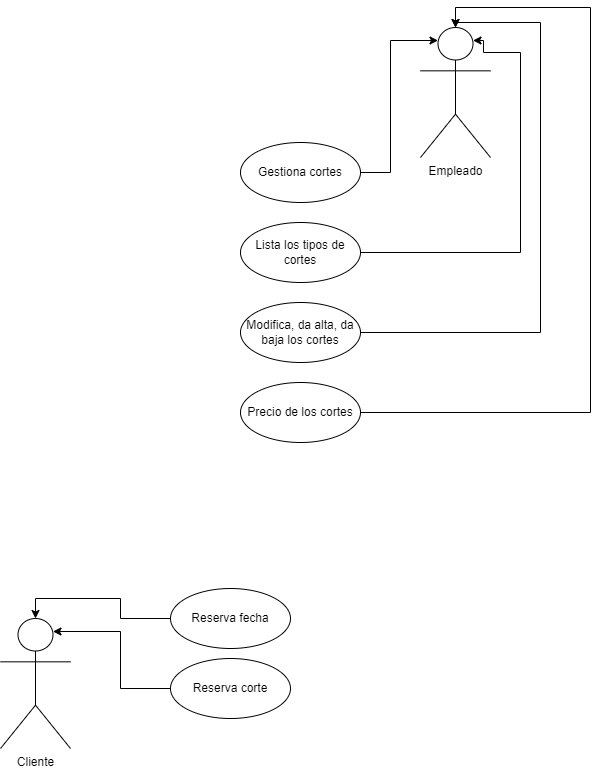
Earlier version of the draw.io export doc/casos_uso/DrawIO/Casos-Uso.png (Jorgeev27/Servicio-Peluqueria). Source tidied: cells renumbered, new cells last; positions are measured from the earlier drawing's top-left corner, leaving out a move shared by most shapes.
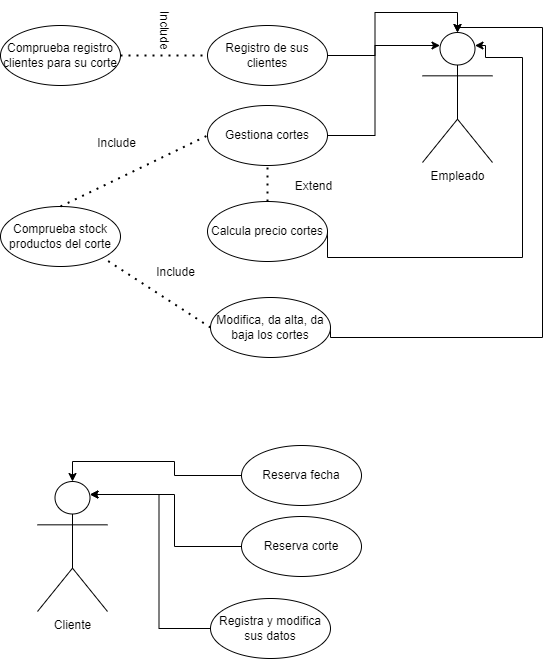
Above is the later version.

What changed in the source:
```diff
@@ -3,7 +3,7 @@
     <mxCell id="0" />
     <mxCell id="1" parent="0" />
     <mxCell id="2" value="Cliente" style="shape=umlActor;verticalLabelPosition=bottom;verticalAlign=top;html=1;outlineConnect=0;" parent="1" vertex="1">
-      <mxGeometry y="611" width="70" height="130" as="geometry" />
+      <mxGeometry x="35" y="469" width="70" height="130" as="geometry" />
     </mxCell>
     <mxCell id="3" value="Empleado" style="shape=umlActor;verticalLabelPosition=bottom;verticalAlign=top;html=1;outlineConnect=0;" parent="1" vertex="1">
       <mxGeometry x="420" y="20" width="70" height="130" as="geometry" />
@@ -12,19 +12,19 @@
       <mxGeometry relative="1" as="geometry" />
     </mxCell>
     <mxCell id="5" value="Reserva fecha" style="ellipse;whiteSpace=wrap;html=1;" parent="1" vertex="1">
-      <mxGeometry x="170" y="581" width="120" height="60" as="geometry" />
+      <mxGeometry x="239" y="433" width="120" height="60" as="geometry" />
     </mxCell>
     <mxCell id="6" style="edgeStyle=orthogonalEdgeStyle;rounded=0;jettySize=auto;html=1;exitX=0;exitY=0.5;exitDx=0;exitDy=0;entryX=0.75;entryY=0.1;entryDx=0;entryDy=0;entryPerimeter=0;" parent="1" edge="1" source="7" target="2">
       <mxGeometry relative="1" as="geometry" />
     </mxCell>
     <mxCell id="7" value="Reserva corte" style="ellipse;whiteSpace=wrap;html=1;" parent="1" vertex="1">
-      <mxGeometry x="170" y="651" width="120" height="60" as="geometry" />
+      <mxGeometry x="239" y="504" width="120" height="60" as="geometry" />
     </mxCell>
     <mxCell id="8" style="edgeStyle=orthogonalEdgeStyle;rounded=0;jettySize=auto;html=1;exitX=1;exitY=0.5;exitDx=0;exitDy=0;entryX=0.25;entryY=0.1;entryDx=0;entryDy=0;entryPerimeter=0;" parent="1" edge="1" source="9" target="3">
       <mxGeometry relative="1" as="geometry" />
     </mxCell>
     <mxCell id="9" value="Gestiona cortes" style="ellipse;whiteSpace=wrap;html=1;" parent="1" vertex="1">
-      <mxGeometry x="240" y="135" width="120" height="60" as="geometry" />
+      <mxGeometry x="205" y="93" width="120" height="60" as="geometry" />
     </mxCell>
     <mxCell id="10" style="edgeStyle=orthogonalEdgeStyle;rounded=0;jettySize=auto;html=1;exitX=1;exitY=0.5;exitDx=0;exitDy=0;entryX=0.75;entryY=0.1;entryDx=0;entryDy=0;entryPerimeter=0;" parent="1" edge="1" source="11" target="3">
       <mxGeometry relative="1" as="geometry">
@@ -36,8 +36,8 @@
         </Array>
       </mxGeometry>
     </mxCell>
-    <mxCell id="11" value="Lista los tipos de cortes" style="ellipse;whiteSpace=wrap;html=1;" parent="1" vertex="1">
-      <mxGeometry x="240" y="215" width="120" height="60" as="geometry" />
+    <mxCell id="11" value="Calcula precio cortes" style="ellipse;whiteSpace=wrap;html=1;" parent="1" vertex="1">
+      <mxGeometry x="205" y="189" width="120" height="60" as="geometry" />
     </mxCell>
     <mxCell id="12" style="edgeStyle=orthogonalEdgeStyle;rounded=0;jettySize=auto;html=1;exitX=1;exitY=0.5;exitDx=0;exitDy=0;entryX=0.5;entryY=0;entryDx=0;entryDy=0;entryPerimeter=0;" parent="1" edge="1" source="13" target="3">
       <mxGeometry relative="1" as="geometry">
@@ -49,19 +49,49 @@
       </mxGeometry>
     </mxCell>
     <mxCell id="13" value="Modifica, da alta, da baja los cortes" style="ellipse;whiteSpace=wrap;html=1;" parent="1" vertex="1">
-      <mxGeometry x="240" y="295" width="120" height="60" as="geometry" />
+      <mxGeometry x="208" y="285" width="120" height="60" as="geometry" />
     </mxCell>
-    <mxCell id="14" style="edgeStyle=orthogonalEdgeStyle;rounded=0;jettySize=auto;html=1;exitX=1;exitY=0.5;exitDx=0;exitDy=0;entryX=0.5;entryY=0;entryDx=0;entryDy=0;entryPerimeter=0;" parent="1" edge="1" source="15" target="3">
-      <mxGeometry relative="1" as="geometry">
-        <Array as="points">
-          <mxPoint x="590" y="405" />
-          <mxPoint x="590" />
-          <mxPoint x="455" />
-        </Array>
-      </mxGeometry>
-    </mxCell>
-    <mxCell id="15" value="Precio de los cortes" style="ellipse;whiteSpace=wrap;html=1;" parent="1" vertex="1">
-      <mxGeometry x="240" y="375" width="120" height="60" as="geometry" />
-    </mxCell>
+    <mxCell id="16" value="Comprueba stock productos del corte" style="ellipse;whiteSpace=wrap;html=1;" parent="1" vertex="1">
+      <mxGeometry x="-2" y="194" width="120" height="60" as="geometry" />
+    </mxCell>
+    <mxCell id="17" style="endArrow=none;dashed=1;html=1;dashPattern=1 3;strokeWidth=2;rounded=0;entryX=0.5;entryY=1;entryDx=0;entryDy=0;exitX=0.5;exitY=0;exitDx=0;exitDy=0;exitPerimeter=0;" parent="1" edge="1" source="11" target="9">
+      <mxGeometry relative="1" as="geometry" />
+    </mxCell>
+    <mxCell id="18" style="endArrow=none;dashed=1;html=1;dashPattern=1 3;strokeWidth=2;rounded=0;entryX=0;entryY=0.5;entryDx=0;entryDy=0;exitX=0.5;exitY=0;exitDx=0;exitDy=0;" parent="1" edge="1" source="16" target="9">
+      <mxGeometry relative="1" as="geometry" />
+    </mxCell>
+    <mxCell id="19" value="Include" style="text;html=1;align=center;verticalAlign=middle;strokeColor=none;fillColor=none;" parent="1" vertex="1">
+      <mxGeometry x="85" y="118" width="57" height="26" as="geometry" />
+    </mxCell>
+    <mxCell id="20" value="Extend" style="text;html=1;align=center;verticalAlign=middle;strokeColor=none;fillColor=none;" parent="1" vertex="1">
+      <mxGeometry x="283" y="161" width="55" height="26" as="geometry" />
+    </mxCell>
+    <mxCell id="21" style="endArrow=none;dashed=1;html=1;dashPattern=1 3;strokeWidth=2;rounded=0;entryX=1;entryY=1;entryDx=0;entryDy=0;exitX=0;exitY=0.5;exitDx=0;exitDy=0;" parent="1" edge="1" source="13" target="16">
+      <mxGeometry relative="1" as="geometry" />
+    </mxCell>
+    <mxCell id="22" value="Include" style="text;html=1;align=center;verticalAlign=middle;strokeColor=none;fillColor=none;" parent="1" vertex="1">
+      <mxGeometry x="144" y="247" width="57" height="26" as="geometry" />
+    </mxCell>
+    <mxCell id="23" style="edgeStyle=orthogonalEdgeStyle;rounded=0;jettySize=auto;html=1;exitX=0;exitY=0.5;exitDx=0;exitDy=0;entryX=0.75;entryY=0.1;entryDx=0;entryDy=0;entryPerimeter=0;" parent="1" edge="1" source="24" target="2">
+      <mxGeometry relative="1" as="geometry" />
+    </mxCell>
+    <mxCell id="24" value="Registra y modifica sus datos" style="ellipse;whiteSpace=wrap;html=1;" parent="1" vertex="1">
+      <mxGeometry x="208" y="586" width="120" height="60" as="geometry" />
+    </mxCell>
+    <mxCell id="25" style="edgeStyle=orthogonalEdgeStyle;rounded=0;jettySize=auto;html=1;exitX=1;exitY=0.5;exitDx=0;exitDy=0;entryX=0.5;entryY=0;entryDx=0;entryDy=0;entryPerimeter=0;" parent="1" edge="1" source="26" target="3">
+      <mxGeometry relative="1" as="geometry" />
+    </mxCell>
+    <mxCell id="26" value="Registro de sus clientes" style="ellipse;whiteSpace=wrap;html=1;" parent="1" vertex="1">
+      <mxGeometry x="205" y="13" width="120" height="60" as="geometry" />
+    </mxCell>
+    <mxCell id="27" value="Comprueba registro clientes para su corte" style="ellipse;whiteSpace=wrap;html=1;" parent="1" vertex="1">
+      <mxGeometry x="-2" y="13" width="120" height="60" as="geometry" />
+    </mxCell>
+    <mxCell id="28" style="endArrow=none;dashed=1;html=1;dashPattern=1 3;strokeWidth=2;rounded=0;entryX=0;entryY=0.5;entryDx=0;entryDy=0;exitX=1;exitY=0.5;exitDx=0;exitDy=0;" parent="1" edge="1" source="27" target="26">
+      <mxGeometry relative="1" as="geometry" />
+    </mxCell>
+    <mxCell id="29" value="Include" style="text;html=1;align=center;verticalAlign=middle;strokeColor=none;fillColor=none;rotation=90;" parent="1" vertex="1">
+      <mxGeometry x="133" y="4" width="57" height="26" as="geometry" />
+    </mxCell>
   </root>
 </mxGraphModel>
```
